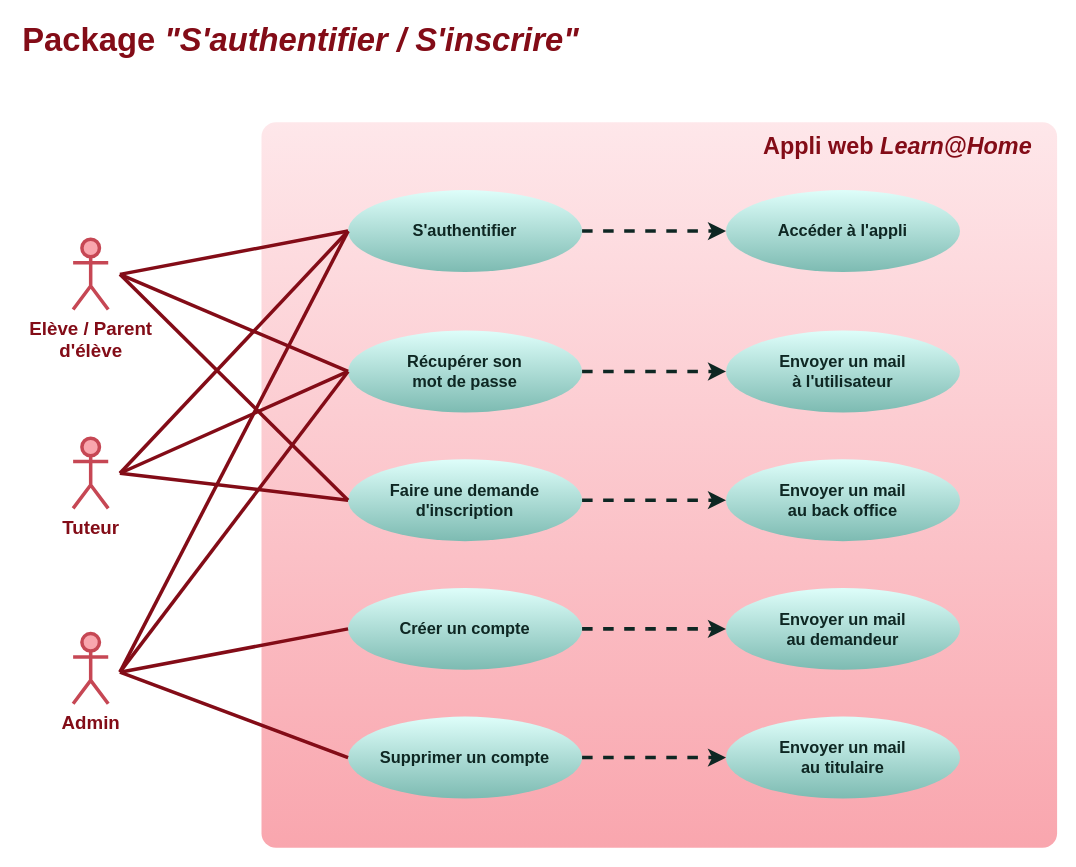
Above: doc/use-cases-authenticate.drawio in logic-fabric/LoicMangin_10_01052021 (draw.io), before the change. Source tidied: cells renumbered, new cells numbered last; positions are measured from the earlier drawing's top-left corner, leaving out a move shared by most shapes. Both pictures are drawn from the tidied source at 117%, with x=0, y=0 at pixel (20, 28).
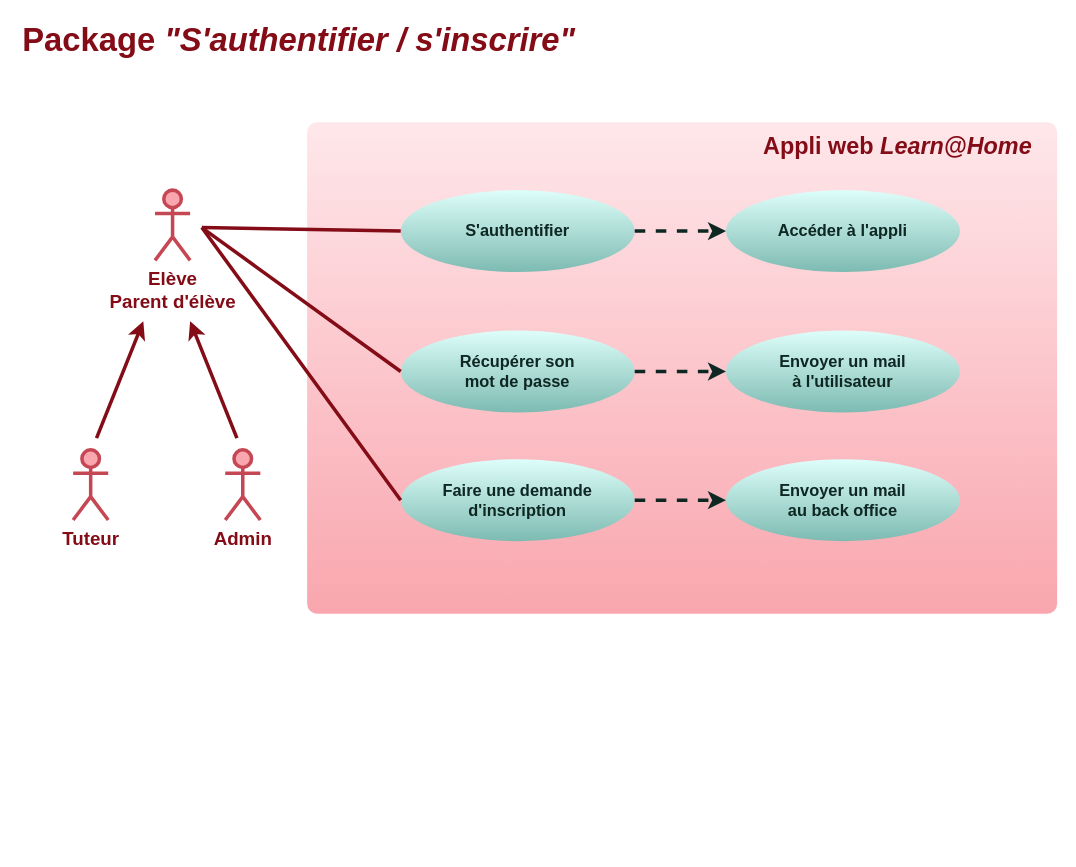
After the change.

Commit message (it also covers changes not shown here):
doc: simplify use-case-authenticate diagram

The edit, as a diff of the source:
```diff
@@
-    <mxCell id="2" value="&lt;font style=&quot;font-size: 16px&quot;&gt;Elève / Parent &lt;br&gt;d'élève&lt;/font&gt;" style="shape=umlActor;verticalLabelPosition=bottom;verticalAlign=top;html=1;strokeWidth=3;strokeColor=#C64754;fillColor=#f9a6ae;fontColor=#830C17;fontStyle=1;" parent="1" vertex="1">
-      <mxGeometry x="45" y="180" width="30" height="60" as="geometry" />
+    <mxCell id="2" value="&lt;font style=&quot;font-size: 16px&quot;&gt;Elève&lt;br&gt;Parent d'élève&lt;/font&gt;" style="shape=umlActor;verticalLabelPosition=bottom;verticalAlign=top;html=1;strokeWidth=3;strokeColor=#C64754;fillColor=#f9a6ae;fontColor=#830C17;fontStyle=1;" parent="1" vertex="1">
+      <mxGeometry x="115" y="138" width="30" height="60" as="geometry" />
     </mxCell>
-    <mxCell id="3" value="&lt;font size=&quot;1&quot; color=&quot;#830c17&quot;&gt;&lt;b style=&quot;font-size: 28px&quot;&gt;Package &lt;i&gt;&quot;S'authentifier / S'inscrire&quot;&lt;/i&gt;&lt;/b&gt;&lt;/font&gt;" style="text;html=1;strokeColor=none;fillColor=none;align=left;verticalAlign=middle;whiteSpace=wrap;rounded=0;fontColor=#660000;" parent="1" vertex="1">
+    <mxCell id="3" value="&lt;font size=&quot;1&quot; color=&quot;#830c17&quot;&gt;&lt;b style=&quot;font-size: 28px&quot;&gt;Package &lt;i&gt;&quot;S'authentifier / s'inscrire&quot;&lt;/i&gt;&lt;/b&gt;&lt;/font&gt;" style="text;html=1;strokeColor=none;fillColor=none;align=left;verticalAlign=middle;whiteSpace=wrap;rounded=0;fontColor=#660000;" parent="1" vertex="1">
       <mxGeometry width="480" height="20" as="geometry" />
     </mxCell>
     <mxCell id="4" style="rounded=1;whiteSpace=wrap;html=1;fontColor=#660000;strokeWidth=3;strokeColor=none;fillColor=#F9A6AE;gradientColor=#fee7ea;gradientDirection=north;arcSize=2;" parent="1" vertex="1">
-      <mxGeometry x="206" y="80" width="680" height="620" as="geometry" />
+      <mxGeometry x="245" y="80" width="641" height="420" as="geometry" />
     </mxCell>
     <mxCell id="5" value="&lt;font style=&quot;font-size: 16px&quot;&gt;Admin&lt;/font&gt;" style="shape=umlActor;verticalLabelPosition=bottom;verticalAlign=top;html=1;strokeWidth=3;strokeColor=#C64754;fillColor=#f9a6ae;fontColor=#830C17;fontStyle=1;" parent="1" vertex="1">
-      <mxGeometry x="45" y="517" width="30" height="60" as="geometry" />
+      <mxGeometry x="175" y="360" width="30" height="60" as="geometry" />
     </mxCell>
     <mxCell id="6" value="&lt;font style=&quot;font-size: 16px&quot;&gt;Tuteur&lt;br&gt;&lt;/font&gt;" style="shape=umlActor;verticalLabelPosition=bottom;verticalAlign=top;html=1;strokeWidth=3;strokeColor=#C64754;fillColor=#f9a6ae;fontColor=#830C17;fontStyle=1;" parent="1" vertex="1">
-      <mxGeometry x="45" y="350" width="30" height="60" as="geometry" />
+      <mxGeometry x="45" y="360" width="30" height="60" as="geometry" />
     </mxCell>
@@
     <mxCell id="8" value="&lt;font size=&quot;1&quot;&gt;&lt;b style=&quot;font-size: 14px&quot;&gt;S'authentifier&lt;/b&gt;&lt;/font&gt;" style="ellipse;whiteSpace=wrap;html=1;rounded=1;strokeWidth=3;fontColor=#0e2723;strokeColor=none;fillColor=#defefa;gradientColor=#7dbbb2;" parent="1" vertex="1">
-      <mxGeometry x="280" y="138" width="200" height="70" as="geometry" />
+      <mxGeometry x="325" y="138" width="200" height="70" as="geometry" />
     </mxCell>
     <mxCell id="9" value="&lt;font style=&quot;font-size: 14px&quot;&gt;&lt;b&gt;Récupérer son &lt;br&gt;mot de passe&lt;br&gt;&lt;/b&gt;&lt;/font&gt;" style="ellipse;whiteSpace=wrap;html=1;rounded=1;strokeWidth=3;fontColor=#0e2723;strokeColor=none;fillColor=#defefa;gradientColor=#7dbbb2;" parent="1" vertex="1">
-      <mxGeometry x="280" y="258" width="200" height="70" as="geometry" />
+      <mxGeometry x="325" y="258" width="200" height="70" as="geometry" />
     </mxCell>
     <mxCell id="10" value="&lt;font style=&quot;font-size: 14px&quot;&gt;&lt;b&gt;Faire une demande&lt;br&gt;d'inscription&lt;br&gt;&lt;/b&gt;&lt;/font&gt;" style="ellipse;whiteSpace=wrap;html=1;rounded=1;strokeWidth=3;fontColor=#0e2723;strokeColor=none;fillColor=#defefa;gradientColor=#7dbbb2;" parent="1" vertex="1">
-      <mxGeometry x="280" y="368" width="200" height="70" as="geometry" />
+      <mxGeometry x="325" y="368" width="200" height="70" as="geometry" />
     </mxCell>
-    <mxCell id="11" value="&lt;font&gt;&lt;b&gt;&lt;font style=&quot;font-size: 14px&quot;&gt;Créer un compte&lt;/font&gt;&lt;br&gt;&lt;/b&gt;&lt;/font&gt;" style="ellipse;whiteSpace=wrap;html=1;rounded=1;strokeWidth=3;fontColor=#0e2723;strokeColor=none;fillColor=#defefa;gradientColor=#7dbbb2;" parent="1" vertex="1">
-      <mxGeometry x="280" y="478" width="200" height="70" as="geometry" />
-    </mxCell>
@@
-    <mxCell id="14" value="&lt;font style=&quot;font-size: 14px&quot;&gt;&lt;b&gt;Envoyer un mail&lt;br&gt;au demandeur&lt;br&gt;&lt;/b&gt;&lt;/font&gt;" style="ellipse;whiteSpace=wrap;html=1;rounded=1;strokeWidth=3;fontColor=#0e2723;strokeColor=none;fillColor=#defefa;gradientColor=#7dbbb2;" parent="1" vertex="1">
-      <mxGeometry x="603" y="478" width="200" height="70" as="geometry" />
-    </mxCell>
@@
-    <mxCell id="16" style="endArrow=classic;html=1;fontColor=#0e2723;strokeColor=#0E2723;strokeWidth=3;exitX=1;exitY=0.5;exitDx=0;exitDy=0;dashed=1;entryX=0;entryY=0.5;entryDx=0;entryDy=0;" parent="1" edge="1" source="11" target="14">
-      <mxGeometry relative="1" as="geometry" />
-    </mxCell>
@@
     <mxCell id="18" style="endArrow=none;html=1;fontColor=#0e2723;strokeWidth=3;strokeColor=#830C17;exitX=0;exitY=0.5;exitDx=0;exitDy=0;" parent="1" edge="1" source="8">
       <mxGeometry relative="1" as="geometry">
-        <mxPoint x="85" y="210" as="targetPoint" />
+        <mxPoint x="155" y="170" as="targetPoint" />
       </mxGeometry>
     </mxCell>
     <mxCell id="19" style="endArrow=none;html=1;fontColor=#0e2723;strokeWidth=3;strokeColor=#830C17;exitX=0;exitY=0.5;exitDx=0;exitDy=0;" parent="1" edge="1" source="9">
       <mxGeometry relative="1" as="geometry">
-        <mxPoint x="85" y="210" as="targetPoint" />
+        <mxPoint x="155" y="170" as="targetPoint" />
       </mxGeometry>
     </mxCell>
     <mxCell id="20" style="endArrow=none;html=1;fontColor=#0e2723;strokeWidth=3;strokeColor=#830C17;exitX=0;exitY=0.5;exitDx=0;exitDy=0;" parent="1" edge="1" source="10">
       <mxGeometry relative="1" as="geometry">
-        <mxPoint x="85" y="210" as="targetPoint" />
+        <mxPoint x="155" y="170" as="targetPoint" />
       </mxGeometry>
     </mxCell>
-    <mxCell id="21" style="endArrow=none;html=1;fontColor=#0e2723;strokeWidth=3;strokeColor=#830C17;exitX=0;exitY=0.5;exitDx=0;exitDy=0;" parent="1" edge="1" source="8">
-      <mxGeometry relative="1" as="geometry">
-        <mxPoint x="85" y="380" as="targetPoint" />
-      </mxGeometry>
-    </mxCell>
-    <mxCell id="22" style="endArrow=none;html=1;fontColor=#0e2723;strokeWidth=3;strokeColor=#830C17;exitX=0;exitY=0.5;exitDx=0;exitDy=0;" parent="1" edge="1" source="9">
-      <mxGeometry relative="1" as="geometry">
-        <mxPoint x="85" y="380" as="targetPoint" />
-      </mxGeometry>
-    </mxCell>
-    <mxCell id="23" style="endArrow=none;html=1;fontColor=#0e2723;strokeWidth=3;strokeColor=#830C17;exitX=0;exitY=0.5;exitDx=0;exitDy=0;" parent="1" edge="1" source="10">
-      <mxGeometry relative="1" as="geometry">
-        <mxPoint x="85" y="380" as="targetPoint" />
-      </mxGeometry>
-    </mxCell>
-    <mxCell id="24" style="endArrow=none;html=1;fontColor=#0e2723;strokeWidth=3;strokeColor=#830C17;exitX=0;exitY=0.5;exitDx=0;exitDy=0;" parent="1" edge="1" source="9">
-      <mxGeometry relative="1" as="geometry">
-        <mxPoint x="85" y="550" as="targetPoint" />
-      </mxGeometry>
-    </mxCell>
-    <mxCell id="25" style="endArrow=none;html=1;fontColor=#0e2723;strokeWidth=3;strokeColor=#830C17;exitX=0;exitY=0.5;exitDx=0;exitDy=0;" parent="1" edge="1" source="8">
-      <mxGeometry relative="1" as="geometry">
-        <mxPoint x="85" y="550" as="targetPoint" />
-      </mxGeometry>
-    </mxCell>
-    <mxCell id="26" style="endArrow=none;html=1;fontColor=#0e2723;strokeWidth=3;strokeColor=#830C17;exitX=0;exitY=0.5;exitDx=0;exitDy=0;" parent="1" edge="1" source="11">
-      <mxGeometry relative="1" as="geometry">
-        <mxPoint x="85" y="550" as="targetPoint" />
-      </mxGeometry>
-    </mxCell>
-    <mxCell id="27" value="&lt;font&gt;&lt;b&gt;&lt;font style=&quot;font-size: 14px&quot;&gt;Supprimer un compte&lt;/font&gt;&lt;br&gt;&lt;/b&gt;&lt;/font&gt;" style="ellipse;whiteSpace=wrap;html=1;rounded=1;strokeWidth=3;fontColor=#0e2723;strokeColor=none;fillColor=#defefa;gradientColor=#7dbbb2;" parent="1" vertex="1">
-      <mxGeometry x="280" y="588" width="200" height="70" as="geometry" />
-    </mxCell>
-    <mxCell id="28" style="endArrow=none;html=1;fontColor=#0e2723;strokeWidth=3;strokeColor=#830C17;exitX=0;exitY=0.5;exitDx=0;exitDy=0;" parent="1" edge="1" source="27">
-      <mxGeometry relative="1" as="geometry">
-        <mxPoint x="85" y="550" as="targetPoint" />
-      </mxGeometry>
-    </mxCell>
-    <mxCell id="29" value="&lt;font style=&quot;font-size: 14px&quot;&gt;&lt;b&gt;Envoyer un mail&lt;br&gt;au titulaire&lt;br&gt;&lt;/b&gt;&lt;/font&gt;" style="ellipse;whiteSpace=wrap;html=1;rounded=1;strokeWidth=3;fontColor=#0e2723;strokeColor=none;fillColor=#defefa;gradientColor=#7dbbb2;" parent="1" vertex="1">
-      <mxGeometry x="603" y="588" width="200" height="70" as="geometry" />
-    </mxCell>
-    <mxCell id="30" style="endArrow=classic;html=1;fontColor=#0e2723;strokeColor=#0E2723;strokeWidth=3;exitX=1;exitY=0.5;exitDx=0;exitDy=0;dashed=1;entryX=0;entryY=0.5;entryDx=0;entryDy=0;" parent="1" edge="1" source="27" target="29">
-      <mxGeometry relative="1" as="geometry" />
-    </mxCell>
@@
+    <mxCell id="33" style="endArrow=classic;html=1;fontColor=#0e2723;strokeWidth=3;strokeColor=#830C17;" parent="1" edge="1">
+      <mxGeometry relative="1" as="geometry">
+        <mxPoint x="65" y="350" as="sourcePoint" />
+        <mxPoint x="105" y="250" as="targetPoint" />
+      </mxGeometry>
+    </mxCell>
+    <mxCell id="34" style="endArrow=classic;html=1;fontColor=#0e2723;strokeWidth=3;strokeColor=#830C17;" parent="1" edge="1">
+      <mxGeometry relative="1" as="geometry">
+        <mxPoint x="185" y="350" as="sourcePoint" />
+        <mxPoint x="145" y="250" as="targetPoint" />
+      </mxGeometry>
+    </mxCell>
```
